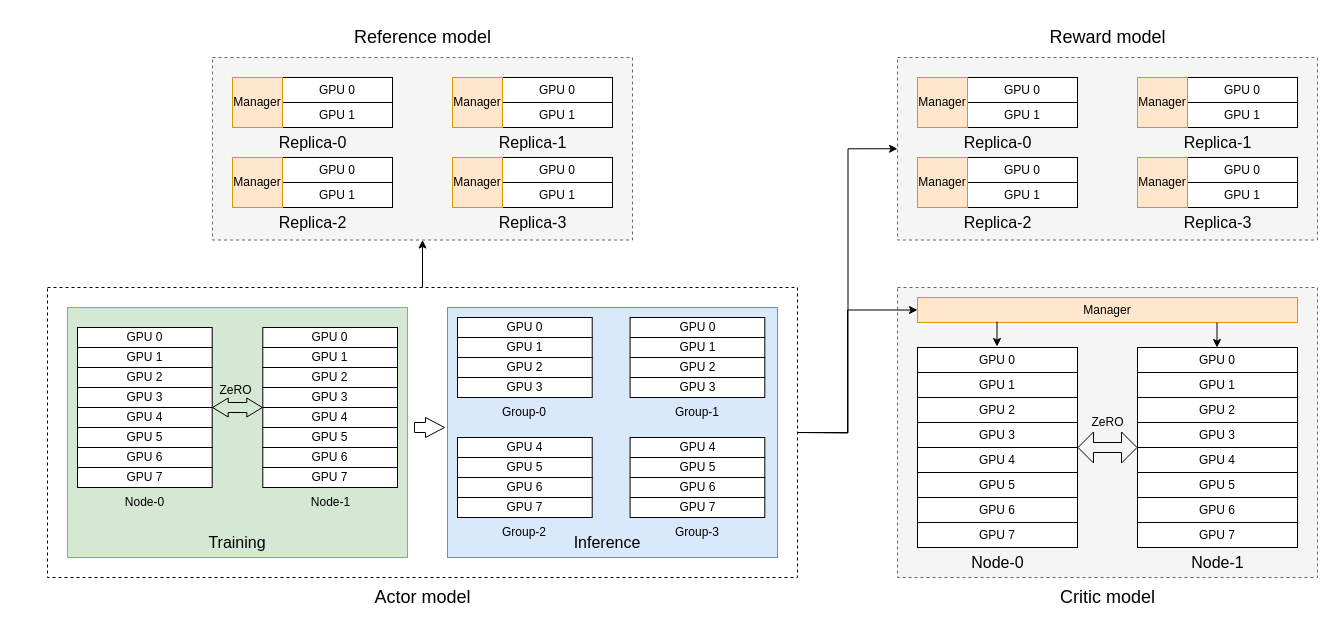
Above: RLHF-DP-TP-Offload.drawio in wuxibin89/drawio (draw.io), before the change. Source tidied: cells renumbered, new cells numbered last; positions are measured from the earlier drawing's top-left corner, leaving out a move shared by most shapes. Both pictures are drawn from the tidied source at 100%, with x=0, y=0 at pixel (47, 17).
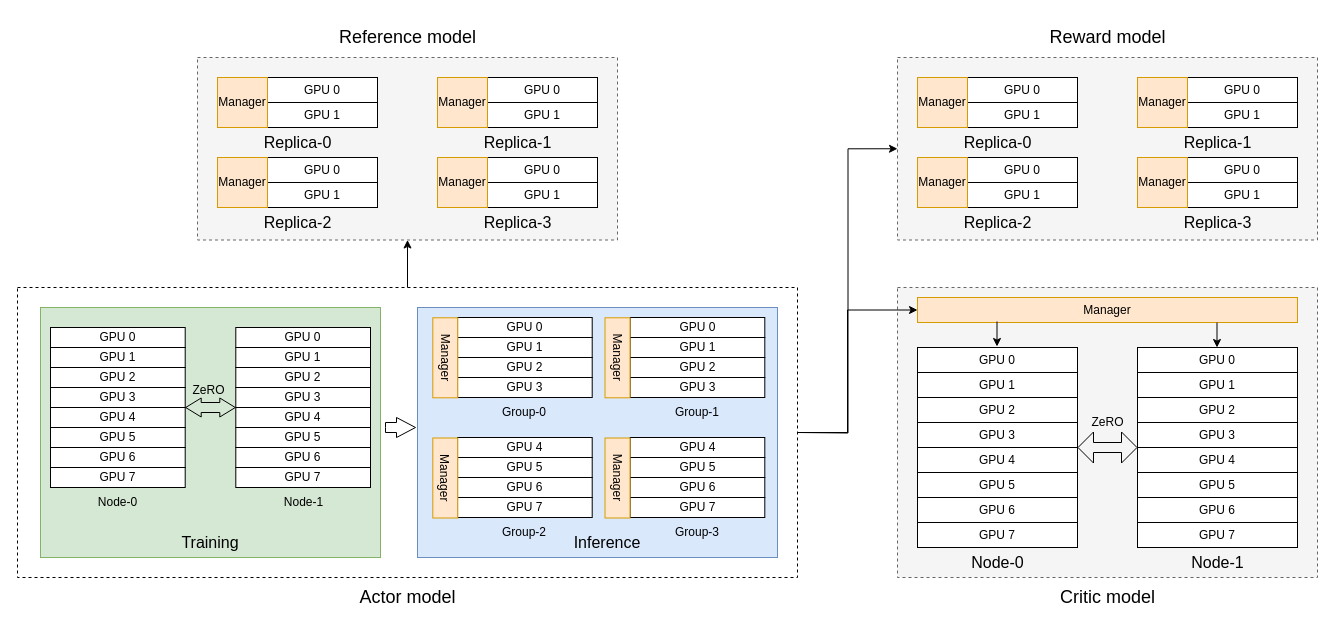
After the change.

Unchanged cells that the change refers to:
```xml
<mxCell id="89" value="GPU 4" style="rounded=0;whiteSpace=wrap;html=1;" parent="84" vertex="1">
  <mxGeometry y="80" width="134.7" height="20" as="geometry" />
</mxCell>
```

What changed in the source:
```diff
@@
     <mxCell id="3" style="rounded=0;whiteSpace=wrap;html=1;dashed=1;fillColor=none;" parent="1" vertex="1">
-      <mxGeometry y="270" width="750" height="290" as="geometry" />
+      <mxGeometry x="-30" y="270" width="780" height="290" as="geometry" />
     </mxCell>
     <mxCell id="4" style="rounded=0;whiteSpace=wrap;html=1;fillColor=#f5f5f5;dashed=1;fontColor=#333333;strokeColor=#666666;" parent="1" vertex="1">
-      <mxGeometry x="165" y="40" width="420" height="182.5" as="geometry" />
+      <mxGeometry x="150" y="40" width="420" height="182.5" as="geometry" />
     </mxCell>
@@
     <mxCell id="9" value="&lt;font style=&quot;font-size: 18px;&quot;&gt;Actor model&lt;/font&gt;" style="text;html=1;align=center;verticalAlign=middle;strokeColor=none;fillColor=none;" parent="1" vertex="1">
-      <mxGeometry x="315" y="560" width="120" height="40" as="geometry" />
+      <mxGeometry x="300" y="560" width="120" height="40" as="geometry" />
     </mxCell>
     <mxCell id="10" value="GPU 0" style="rounded=0;whiteSpace=wrap;html=1;" parent="1" vertex="1">
-      <mxGeometry x="235" y="60" width="110" height="25" as="geometry" />
+      <mxGeometry x="220" y="60" width="110" height="25" as="geometry" />
     </mxCell>
     <mxCell id="11" value="GPU 1" style="rounded=0;whiteSpace=wrap;html=1;" parent="1" vertex="1">
-      <mxGeometry x="235" y="85" width="110" height="25" as="geometry" />
+      <mxGeometry x="220" y="85" width="110" height="25" as="geometry" />
     </mxCell>
     <mxCell id="12" value="Replica-0" style="text;html=1;align=center;verticalAlign=middle;strokeColor=none;fillColor=none;fontSize=16;" parent="1" vertex="1">
-      <mxGeometry x="220" y="110" width="90" height="30" as="geometry" />
+      <mxGeometry x="205" y="110" width="90" height="30" as="geometry" />
     </mxCell>
     <mxCell id="13" value="&lt;font style=&quot;font-size: 18px;&quot;&gt;Reference model&lt;/font&gt;" style="text;html=1;align=center;verticalAlign=middle;strokeColor=none;fillColor=none;" parent="1" vertex="1">
-      <mxGeometry x="295" width="160" height="40" as="geometry" />
+      <mxGeometry x="280" width="160" height="40" as="geometry" />
     </mxCell>
@@
     <mxCell id="37" value="Manager" style="rounded=0;whiteSpace=wrap;html=1;fillColor=#ffe6cc;strokeColor=#d79b00;" parent="1" vertex="1">
-      <mxGeometry x="185" y="60" width="50" height="50" as="geometry" />
+      <mxGeometry x="170" y="60" width="50" height="50" as="geometry" />
     </mxCell>
     <mxCell id="38" value="GPU 0" style="rounded=0;whiteSpace=wrap;html=1;" parent="1" vertex="1">
-      <mxGeometry x="455" y="60" width="110" height="25" as="geometry" />
+      <mxGeometry x="440" y="60" width="110" height="25" as="geometry" />
     </mxCell>
     <mxCell id="39" value="GPU 1" style="rounded=0;whiteSpace=wrap;html=1;" parent="1" vertex="1">
-      <mxGeometry x="455" y="85" width="110" height="25" as="geometry" />
+      <mxGeometry x="440" y="85" width="110" height="25" as="geometry" />
     </mxCell>
     <mxCell id="40" value="Replica-1" style="text;html=1;align=center;verticalAlign=middle;strokeColor=none;fillColor=none;fontSize=16;" parent="1" vertex="1">
-      <mxGeometry x="440" y="110" width="90" height="30" as="geometry" />
+      <mxGeometry x="425" y="110" width="90" height="30" as="geometry" />
     </mxCell>
     <mxCell id="41" value="Manager" style="rounded=0;whiteSpace=wrap;html=1;fillColor=#ffe6cc;strokeColor=#d79b00;" parent="1" vertex="1">
-      <mxGeometry x="405" y="60" width="50" height="50" as="geometry" />
+      <mxGeometry x="390" y="60" width="50" height="50" as="geometry" />
     </mxCell>
     <mxCell id="42" value="GPU 0" style="rounded=0;whiteSpace=wrap;html=1;" parent="1" vertex="1">
-      <mxGeometry x="235" y="140" width="110" height="25" as="geometry" />
+      <mxGeometry x="220" y="140" width="110" height="25" as="geometry" />
     </mxCell>
     <mxCell id="43" value="GPU 1" style="rounded=0;whiteSpace=wrap;html=1;" parent="1" vertex="1">
-      <mxGeometry x="235" y="165" width="110" height="25" as="geometry" />
+      <mxGeometry x="220" y="165" width="110" height="25" as="geometry" />
     </mxCell>
     <mxCell id="44" value="Replica-2" style="text;html=1;align=center;verticalAlign=middle;strokeColor=none;fillColor=none;fontSize=16;" parent="1" vertex="1">
-      <mxGeometry x="220" y="190" width="90" height="30" as="geometry" />
+      <mxGeometry x="205" y="190" width="90" height="30" as="geometry" />
     </mxCell>
     <mxCell id="45" value="Manager" style="rounded=0;whiteSpace=wrap;html=1;fillColor=#ffe6cc;strokeColor=#d79b00;" parent="1" vertex="1">
-      <mxGeometry x="185" y="140" width="50" height="50" as="geometry" />
+      <mxGeometry x="170" y="140" width="50" height="50" as="geometry" />
     </mxCell>
     <mxCell id="46" value="GPU 0" style="rounded=0;whiteSpace=wrap;html=1;" parent="1" vertex="1">
-      <mxGeometry x="455" y="140" width="110" height="25" as="geometry" />
+      <mxGeometry x="440" y="140" width="110" height="25" as="geometry" />
     </mxCell>
     <mxCell id="47" value="GPU 1" style="rounded=0;whiteSpace=wrap;html=1;" parent="1" vertex="1">
-      <mxGeometry x="455" y="165" width="110" height="25" as="geometry" />
+      <mxGeometry x="440" y="165" width="110" height="25" as="geometry" />
     </mxCell>
     <mxCell id="48" value="Replica-3" style="text;html=1;align=center;verticalAlign=middle;strokeColor=none;fillColor=none;fontSize=16;" parent="1" vertex="1">
-      <mxGeometry x="440" y="190" width="90" height="30" as="geometry" />
+      <mxGeometry x="425" y="190" width="90" height="30" as="geometry" />
     </mxCell>
     <mxCell id="49" value="Manager" style="rounded=0;whiteSpace=wrap;html=1;fillColor=#ffe6cc;strokeColor=#d79b00;" parent="1" vertex="1">
-      <mxGeometry x="405" y="140" width="50" height="50" as="geometry" />
+      <mxGeometry x="390" y="140" width="50" height="50" as="geometry" />
     </mxCell>
@@
-    <mxCell id="70" style="group;" parent="1" vertex="1">
-      <mxGeometry x="20" y="290" width="710" height="250" as="geometry" />
-    </mxCell>
-    <mxCell id="71" style="rounded=0;whiteSpace=wrap;html=1;fillColor=#dae8fc;strokeColor=#6c8ebf;" parent="70" vertex="1">
-      <mxGeometry x="380" width="330" height="250" as="geometry" />
+    <mxCell id="71" style="rounded=0;whiteSpace=wrap;html=1;fillColor=#dae8fc;strokeColor=#6c8ebf;" parent="1" vertex="1">
+      <mxGeometry x="370" y="290" width="360" height="250" as="geometry" />
     </mxCell>
-    <mxCell id="72" style="rounded=0;whiteSpace=wrap;html=1;fillColor=#d5e8d4;strokeColor=#82b366;" parent="70" vertex="1">
-      <mxGeometry width="340" height="250" as="geometry" />
+    <mxCell id="72" style="rounded=0;whiteSpace=wrap;html=1;fillColor=#d5e8d4;strokeColor=#82b366;" parent="1" vertex="1">
+      <mxGeometry x="-7" y="290" width="340" height="250" as="geometry" />
     </mxCell>
-    <mxCell id="73" value="Node-0" style="text;html=1;align=center;verticalAlign=middle;strokeColor=none;fillColor=none;fontSize=12;" parent="70" vertex="1">
-      <mxGeometry x="47.4" y="180" width="60" height="30" as="geometry" />
+    <mxCell id="73" value="Node-0" style="text;html=1;align=center;verticalAlign=middle;strokeColor=none;fillColor=none;fontSize=12;" parent="1" vertex="1">
+      <mxGeometry x="40.4" y="470" width="60" height="30" as="geometry" />
     </mxCell>
-    <mxCell id="74" value="Node-1" style="text;html=1;align=center;verticalAlign=middle;strokeColor=none;fillColor=none;fontSize=12;" parent="70" vertex="1">
-      <mxGeometry x="232.6" y="180" width="60" height="30" as="geometry" />
+    <mxCell id="74" value="Node-1" style="text;html=1;align=center;verticalAlign=middle;strokeColor=none;fillColor=none;fontSize=12;" parent="1" vertex="1">
+      <mxGeometry x="225.6" y="470" width="60" height="30" as="geometry" />
     </mxCell>
-    <mxCell id="75" style="group;" parent="70" vertex="1">
-      <mxGeometry x="10" y="20" width="134.7" height="160" as="geometry" />
+    <mxCell id="75" style="group;" parent="1" vertex="1">
+      <mxGeometry x="3" y="310" width="134.7" height="160" as="geometry" />
     </mxCell>
@@
-    <mxCell id="84" style="group;" parent="70" vertex="1">
-      <mxGeometry x="195.3" y="20" width="134.7" height="160" as="geometry" />
+    <mxCell id="84" style="group;" parent="1" vertex="1">
+      <mxGeometry x="188.3" y="310" width="134.7" height="160" as="geometry" />
     </mxCell>
@@
-    <mxCell id="93" style="shape=flexArrow;endArrow=classic;startArrow=classic;html=1;rounded=0;exitX=0;exitY=0;exitDx=0;exitDy=0;width=10;endSize=4.83;startSize=4.83;endWidth=8;startWidth=8;" parent="70" edge="1" source="89">
+    <mxCell id="93" style="shape=flexArrow;endArrow=classic;startArrow=classic;html=1;rounded=0;exitX=0;exitY=0;exitDx=0;exitDy=0;width=10;endSize=4.83;startSize=4.83;endWidth=8;startWidth=8;" parent="1" edge="1" source="89">
       <mxGeometry relative="1" as="geometry">
-        <mxPoint x="144.7" y="100" as="targetPoint" />
+        <mxPoint x="137.7" y="390" as="targetPoint" />
       </mxGeometry>
     </mxCell>
-    <mxCell id="94" value="ZeRO" style="text;html=1;align=center;verticalAlign=middle;strokeColor=none;fillColor=none;" parent="70" vertex="1">
-      <mxGeometry x="138.3" y="68" width="60" height="30" as="geometry" />
+    <mxCell id="94" value="ZeRO" style="text;html=1;align=center;verticalAlign=middle;strokeColor=none;fillColor=none;" parent="1" vertex="1">
+      <mxGeometry x="131.3" y="358" width="60" height="30" as="geometry" />
     </mxCell>
-    <mxCell id="95" value="GPU 0" style="rounded=0;whiteSpace=wrap;html=1;" parent="70" vertex="1">
-      <mxGeometry x="390" y="10" width="134.7" height="20" as="geometry" />
+    <mxCell id="95" value="GPU 0" style="rounded=0;whiteSpace=wrap;html=1;" parent="1" vertex="1">
+      <mxGeometry x="410" y="300" width="134.7" height="20" as="geometry" />
     </mxCell>
-    <mxCell id="96" value="GPU 1" style="rounded=0;whiteSpace=wrap;html=1;" parent="70" vertex="1">
-      <mxGeometry x="390" y="30" width="134.7" height="20" as="geometry" />
+    <mxCell id="96" value="GPU 1" style="rounded=0;whiteSpace=wrap;html=1;" parent="1" vertex="1">
+      <mxGeometry x="410" y="320" width="134.7" height="20" as="geometry" />
     </mxCell>
-    <mxCell id="97" value="GPU 2" style="rounded=0;whiteSpace=wrap;html=1;" parent="70" vertex="1">
-      <mxGeometry x="390" y="50" width="134.7" height="20" as="geometry" />
+    <mxCell id="97" value="GPU 2" style="rounded=0;whiteSpace=wrap;html=1;" parent="1" vertex="1">
+      <mxGeometry x="410" y="340" width="134.7" height="20" as="geometry" />
     </mxCell>
-    <mxCell id="98" value="GPU 3" style="rounded=0;whiteSpace=wrap;html=1;" parent="70" vertex="1">
-      <mxGeometry x="390" y="70" width="134.7" height="20" as="geometry" />
+    <mxCell id="98" value="GPU 3" style="rounded=0;whiteSpace=wrap;html=1;" parent="1" vertex="1">
+      <mxGeometry x="410" y="360" width="134.7" height="20" as="geometry" />
     </mxCell>
-    <mxCell id="99" value="GPU 4" style="rounded=0;whiteSpace=wrap;html=1;" parent="70" vertex="1">
-      <mxGeometry x="390" y="130" width="134.7" height="20" as="geometry" />
+    <mxCell id="99" value="GPU 4" style="rounded=0;whiteSpace=wrap;html=1;" parent="1" vertex="1">
+      <mxGeometry x="410" y="420" width="134.7" height="20" as="geometry" />
     </mxCell>
-    <mxCell id="100" value="GPU 5" style="rounded=0;whiteSpace=wrap;html=1;" parent="70" vertex="1">
-      <mxGeometry x="390" y="150" width="134.7" height="20" as="geometry" />
+    <mxCell id="100" value="GPU 5" style="rounded=0;whiteSpace=wrap;html=1;" parent="1" vertex="1">
+      <mxGeometry x="410" y="440" width="134.7" height="20" as="geometry" />
     </mxCell>
-    <mxCell id="101" value="GPU 6" style="rounded=0;whiteSpace=wrap;html=1;" parent="70" vertex="1">
-      <mxGeometry x="390" y="170" width="134.7" height="20" as="geometry" />
+    <mxCell id="101" value="GPU 6" style="rounded=0;whiteSpace=wrap;html=1;" parent="1" vertex="1">
+      <mxGeometry x="410" y="460" width="134.7" height="20" as="geometry" />
     </mxCell>
-    <mxCell id="102" value="GPU 7" style="rounded=0;whiteSpace=wrap;html=1;" parent="70" vertex="1">
-      <mxGeometry x="390" y="190" width="134.7" height="20" as="geometry" />
+    <mxCell id="102" value="GPU 7" style="rounded=0;whiteSpace=wrap;html=1;" parent="1" vertex="1">
+      <mxGeometry x="410" y="480" width="134.7" height="20" as="geometry" />
     </mxCell>
-    <mxCell id="103" value="Group-0" style="text;html=1;strokeColor=none;fillColor=none;align=center;verticalAlign=middle;whiteSpace=wrap;rounded=0;fontSize=12;" parent="70" vertex="1">
-      <mxGeometry x="422.4" y="90" width="70" height="30" as="geometry" />
+    <mxCell id="103" value="Group-0" style="text;html=1;strokeColor=none;fillColor=none;align=center;verticalAlign=middle;whiteSpace=wrap;rounded=0;fontSize=12;" parent="1" vertex="1">
+      <mxGeometry x="442.4" y="380" width="70" height="30" as="geometry" />
     </mxCell>
-    <mxCell id="104" value="Group-2" style="text;html=1;strokeColor=none;fillColor=none;align=center;verticalAlign=middle;whiteSpace=wrap;rounded=0;fontSize=12;" parent="70" vertex="1">
-      <mxGeometry x="422.4" y="210" width="70" height="30" as="geometry" />
+    <mxCell id="104" value="Group-2" style="text;html=1;strokeColor=none;fillColor=none;align=center;verticalAlign=middle;whiteSpace=wrap;rounded=0;fontSize=12;" parent="1" vertex="1">
+      <mxGeometry x="442.4" y="500" width="70" height="30" as="geometry" />
     </mxCell>
-    <mxCell id="105" value="GPU 0" style="rounded=0;whiteSpace=wrap;html=1;" parent="70" vertex="1">
-      <mxGeometry x="562.6" y="10" width="134.7" height="20" as="geometry" />
+    <mxCell id="105" value="GPU 0" style="rounded=0;whiteSpace=wrap;html=1;" parent="1" vertex="1">
+      <mxGeometry x="582.6" y="300" width="134.7" height="20" as="geometry" />
     </mxCell>
-    <mxCell id="106" value="GPU 1" style="rounded=0;whiteSpace=wrap;html=1;" parent="70" vertex="1">
-      <mxGeometry x="562.6" y="30" width="134.7" height="20" as="geometry" />
+    <mxCell id="106" value="GPU 1" style="rounded=0;whiteSpace=wrap;html=1;" parent="1" vertex="1">
+      <mxGeometry x="582.6" y="320" width="134.7" height="20" as="geometry" />
     </mxCell>
-    <mxCell id="107" value="GPU 2" style="rounded=0;whiteSpace=wrap;html=1;" parent="70" vertex="1">
-      <mxGeometry x="562.6" y="50" width="134.7" height="20" as="geometry" />
+    <mxCell id="107" value="GPU 2" style="rounded=0;whiteSpace=wrap;html=1;" parent="1" vertex="1">
+      <mxGeometry x="582.6" y="340" width="134.7" height="20" as="geometry" />
     </mxCell>
-    <mxCell id="108" value="GPU 3" style="rounded=0;whiteSpace=wrap;html=1;" parent="70" vertex="1">
-      <mxGeometry x="562.6" y="70" width="134.7" height="20" as="geometry" />
+    <mxCell id="108" value="GPU 3" style="rounded=0;whiteSpace=wrap;html=1;" parent="1" vertex="1">
+      <mxGeometry x="582.6" y="360" width="134.7" height="20" as="geometry" />
     </mxCell>
-    <mxCell id="109" value="GPU 4" style="rounded=0;whiteSpace=wrap;html=1;" parent="70" vertex="1">
-      <mxGeometry x="562.6" y="130" width="134.7" height="20" as="geometry" />
+    <mxCell id="109" value="GPU 4" style="rounded=0;whiteSpace=wrap;html=1;" parent="1" vertex="1">
+      <mxGeometry x="582.6" y="420" width="134.7" height="20" as="geometry" />
     </mxCell>
-    <mxCell id="110" value="GPU 5" style="rounded=0;whiteSpace=wrap;html=1;" parent="70" vertex="1">
-      <mxGeometry x="562.6" y="150" width="134.7" height="20" as="geometry" />
+    <mxCell id="110" value="GPU 5" style="rounded=0;whiteSpace=wrap;html=1;" parent="1" vertex="1">
+      <mxGeometry x="582.6" y="440" width="134.7" height="20" as="geometry" />
     </mxCell>
-    <mxCell id="111" value="GPU 6" style="rounded=0;whiteSpace=wrap;html=1;" parent="70" vertex="1">
-      <mxGeometry x="562.6" y="170" width="134.7" height="20" as="geometry" />
+    <mxCell id="111" value="GPU 6" style="rounded=0;whiteSpace=wrap;html=1;" parent="1" vertex="1">
+      <mxGeometry x="582.6" y="460" width="134.7" height="20" as="geometry" />
     </mxCell>
-    <mxCell id="112" value="GPU 7" style="rounded=0;whiteSpace=wrap;html=1;" parent="70" vertex="1">
-      <mxGeometry x="562.6" y="190" width="134.7" height="20" as="geometry" />
+    <mxCell id="112" value="GPU 7" style="rounded=0;whiteSpace=wrap;html=1;" parent="1" vertex="1">
+      <mxGeometry x="582.6" y="480" width="134.7" height="20" as="geometry" />
     </mxCell>
-    <mxCell id="113" value="Group-1" style="text;html=1;strokeColor=none;fillColor=none;align=center;verticalAlign=middle;whiteSpace=wrap;rounded=0;fontSize=12;" parent="70" vertex="1">
-      <mxGeometry x="595" y="90" width="70" height="30" as="geometry" />
+    <mxCell id="113" value="Group-1" style="text;html=1;strokeColor=none;fillColor=none;align=center;verticalAlign=middle;whiteSpace=wrap;rounded=0;fontSize=12;" parent="1" vertex="1">
+      <mxGeometry x="615" y="380" width="70" height="30" as="geometry" />
     </mxCell>
-    <mxCell id="114" value="Group-3" style="text;html=1;strokeColor=none;fillColor=none;align=center;verticalAlign=middle;whiteSpace=wrap;rounded=0;fontSize=12;" parent="70" vertex="1">
-      <mxGeometry x="595" y="210" width="70" height="30" as="geometry" />
+    <mxCell id="114" value="Group-3" style="text;html=1;strokeColor=none;fillColor=none;align=center;verticalAlign=middle;whiteSpace=wrap;rounded=0;fontSize=12;" parent="1" vertex="1">
+      <mxGeometry x="615" y="500" width="70" height="30" as="geometry" />
     </mxCell>
-    <mxCell id="115" value="Training" style="text;html=1;strokeColor=none;fillColor=none;align=center;verticalAlign=middle;whiteSpace=wrap;rounded=0;fontSize=16;" parent="70" vertex="1">
-      <mxGeometry x="140" y="220" width="60" height="30" as="geometry" />
+    <mxCell id="115" value="Training" style="text;html=1;strokeColor=none;fillColor=none;align=center;verticalAlign=middle;whiteSpace=wrap;rounded=0;fontSize=16;" parent="1" vertex="1">
+      <mxGeometry x="133" y="510" width="60" height="30" as="geometry" />
     </mxCell>
-    <mxCell id="116" value="Inference" style="text;html=1;strokeColor=none;fillColor=none;align=center;verticalAlign=middle;whiteSpace=wrap;rounded=0;fontSize=16;" parent="70" vertex="1">
-      <mxGeometry x="510" y="220" width="60" height="30" as="geometry" />
+    <mxCell id="116" value="Inference" style="text;html=1;strokeColor=none;fillColor=none;align=center;verticalAlign=middle;whiteSpace=wrap;rounded=0;fontSize=16;" parent="1" vertex="1">
+      <mxGeometry x="530" y="510" width="60" height="30" as="geometry" />
     </mxCell>
-    <mxCell id="117" style="html=1;shadow=0;dashed=0;align=center;verticalAlign=middle;shape=mxgraph.arrows2.arrow;dy=0.5;dx=19;notch=0;" parent="70" vertex="1">
-      <mxGeometry x="347" y="110" width="30" height="20" as="geometry" />
+    <mxCell id="117" style="html=1;shadow=0;dashed=0;align=center;verticalAlign=middle;shape=mxgraph.arrows2.arrow;dy=0.5;dx=19;notch=0;" parent="1" vertex="1">
+      <mxGeometry x="338" y="400" width="30" height="20" as="geometry" />
     </mxCell>
+    <mxCell id="118" value="Manager" style="rounded=0;whiteSpace=wrap;html=1;fillColor=#ffe6cc;strokeColor=#d79b00;direction=south;rotation=90;" parent="1" vertex="1">
+      <mxGeometry x="357.8" y="327.8" width="80" height="25" as="geometry" />
+    </mxCell>
+    <mxCell id="119" value="Manager" style="rounded=0;whiteSpace=wrap;html=1;fillColor=#ffe6cc;strokeColor=#d79b00;direction=south;rotation=90;" parent="1" vertex="1">
+      <mxGeometry x="530" y="327.8" width="80" height="25" as="geometry" />
+    </mxCell>
+    <mxCell id="120" value="Manager" style="rounded=0;whiteSpace=wrap;html=1;fillColor=#ffe6cc;strokeColor=#d79b00;direction=south;rotation=90;" parent="1" vertex="1">
+      <mxGeometry x="357.8" y="448" width="80" height="25" as="geometry" />
+    </mxCell>
+    <mxCell id="121" value="Manager" style="rounded=0;whiteSpace=wrap;html=1;fillColor=#ffe6cc;strokeColor=#d79b00;direction=south;rotation=90;" parent="1" vertex="1">
+      <mxGeometry x="530" y="448" width="80" height="25" as="geometry" />
+    </mxCell>
```
